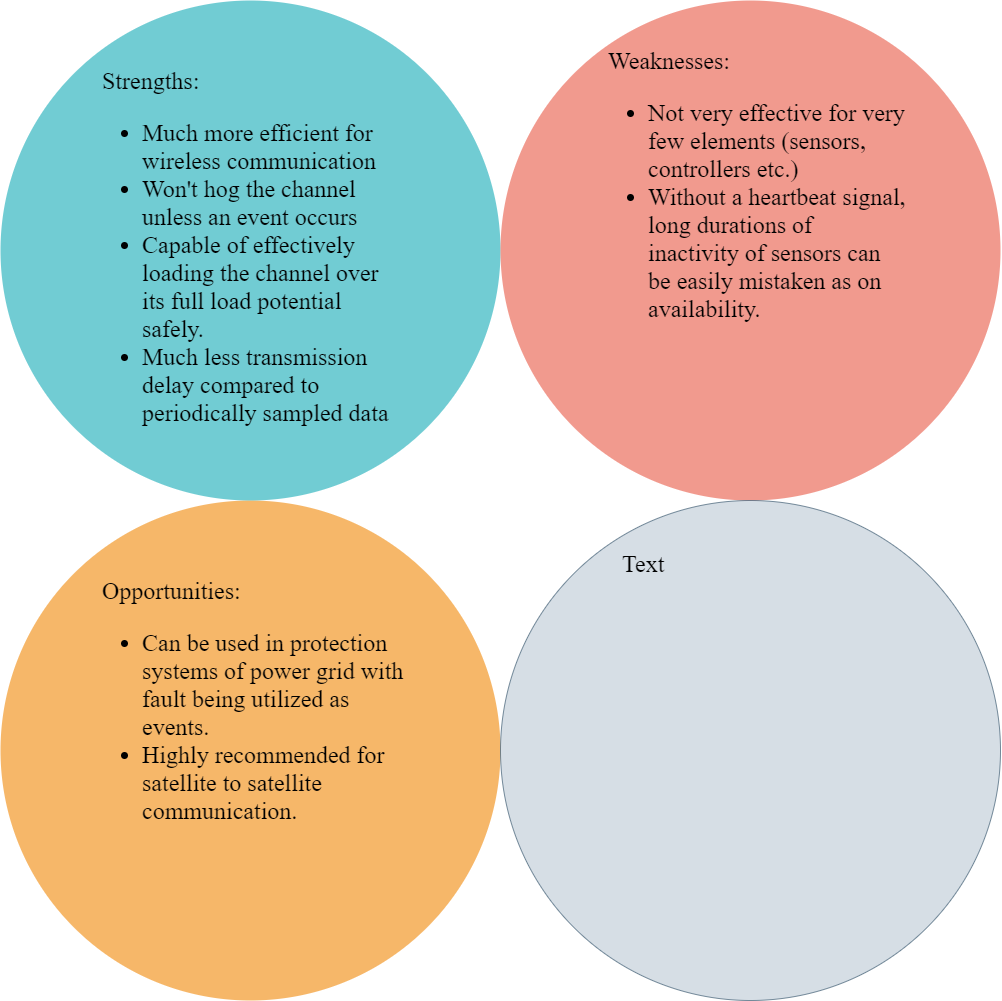
wikwikwok/LTTS_miniproject_SDLC keeps this draw.io diagram as 1_Requirements/Untitled Diagram.png. Above is the earlier version. Source tidied: cells renumbered, new cells last; positions are measured from the earlier drawing's top-left corner, leaving out a move shared by most shapes. The source it was exported from:
```xml
<mxGraphModel>
  <root>
    <mxCell id="0" />
    <mxCell id="1" parent="0" />
    <mxCell id="2" style="ellipse;fillColor=#F08705;opacity=60;strokeColor=none;html=1;fontColor=#FFFFFF;" parent="1" vertex="1">
      <mxGeometry y="500" width="500" height="500" as="geometry" />
    </mxCell>
    <mxCell id="3" style="ellipse;fillColor=#12AAB5;opacity=60;strokeColor=none;html=1;fontColor=#FFFFFF;" parent="1" vertex="1">
      <mxGeometry width="500" height="500" as="geometry" />
    </mxCell>
    <mxCell id="4" style="ellipse;fillColor=#e85642;opacity=60;strokeColor=none;html=1;fontColor=#FFFFFF;" parent="1" vertex="1">
      <mxGeometry x="500" width="500" height="500" as="geometry" />
    </mxCell>
    <mxCell id="5" value="Strengths:&lt;br&gt;&lt;ul&gt;&lt;li&gt;Much more efficient for wireless communication&lt;/li&gt;&lt;li&gt;Won't hog the channel unless an event occurs&lt;/li&gt;&lt;li&gt;Capable of effectively loading the channel over its full load potential safely.&lt;/li&gt;&lt;li&gt;Much less transmission delay compared to periodically sampled data&lt;/li&gt;&lt;/ul&gt;" style="text;fontSize=24;align=left;verticalAlign=top;html=1;fontFamily=Times New Roman;whiteSpace=wrap;" parent="1" vertex="1">
      <mxGeometry x="100" y="60" width="300" height="380" as="geometry" />
    </mxCell>
    <mxCell id="6" value="&lt;font face=&quot;Times New Roman&quot;&gt;Weaknesses:&lt;br&gt;&lt;ul&gt;&lt;li&gt;&lt;font face=&quot;Times New Roman&quot;&gt;Not very effective for very few elements (sensors, controllers etc.)&lt;/font&gt;&lt;/li&gt;&lt;li&gt;&lt;font face=&quot;Times New Roman&quot;&gt;Without a heartbeat signal, long durations of inactivity of sensors can be easily mistaken as on availability.&amp;nbsp;&lt;/font&gt;&lt;/li&gt;&lt;/ul&gt;&lt;/font&gt;" style="text;fontSize=24;align=left;verticalAlign=top;html=1;whiteSpace=wrap;" parent="1" vertex="1">
      <mxGeometry x="606" y="40" width="300" height="400" as="geometry" />
    </mxCell>
    <mxCell id="7" value="Opportunities:&lt;br&gt;&lt;ul&gt;&lt;li&gt;Can be used in protection systems of power grid with fault being utilized as events.&lt;/li&gt;&lt;li&gt;Highly recommended for satellite to satellite communication.&lt;/li&gt;&lt;/ul&gt;" style="text;align=left;html=1;fontSize=24;whiteSpace=wrap;fontFamily=Times New Roman;" parent="1" vertex="1">
      <mxGeometry x="100" y="570" width="320" height="360" as="geometry" />
    </mxCell>
    <mxCell id="8" style="ellipse;fillColor=#bac8d3;opacity=60;strokeColor=#23445d;html=1;" parent="1" vertex="1">
      <mxGeometry x="500" y="500" width="500" height="500" as="geometry" />
    </mxCell>
    <mxCell id="9" value="Text" style="text;html=1;strokeColor=none;fillColor=none;align=left;verticalAlign=top;whiteSpace=wrap;rounded=0;fontFamily=Times New Roman;fontSize=24;fontColor=#000000;" parent="1" vertex="1">
      <mxGeometry x="620" y="543" width="260" height="417" as="geometry" />
    </mxCell>
  </root>
</mxGraphModel>
```
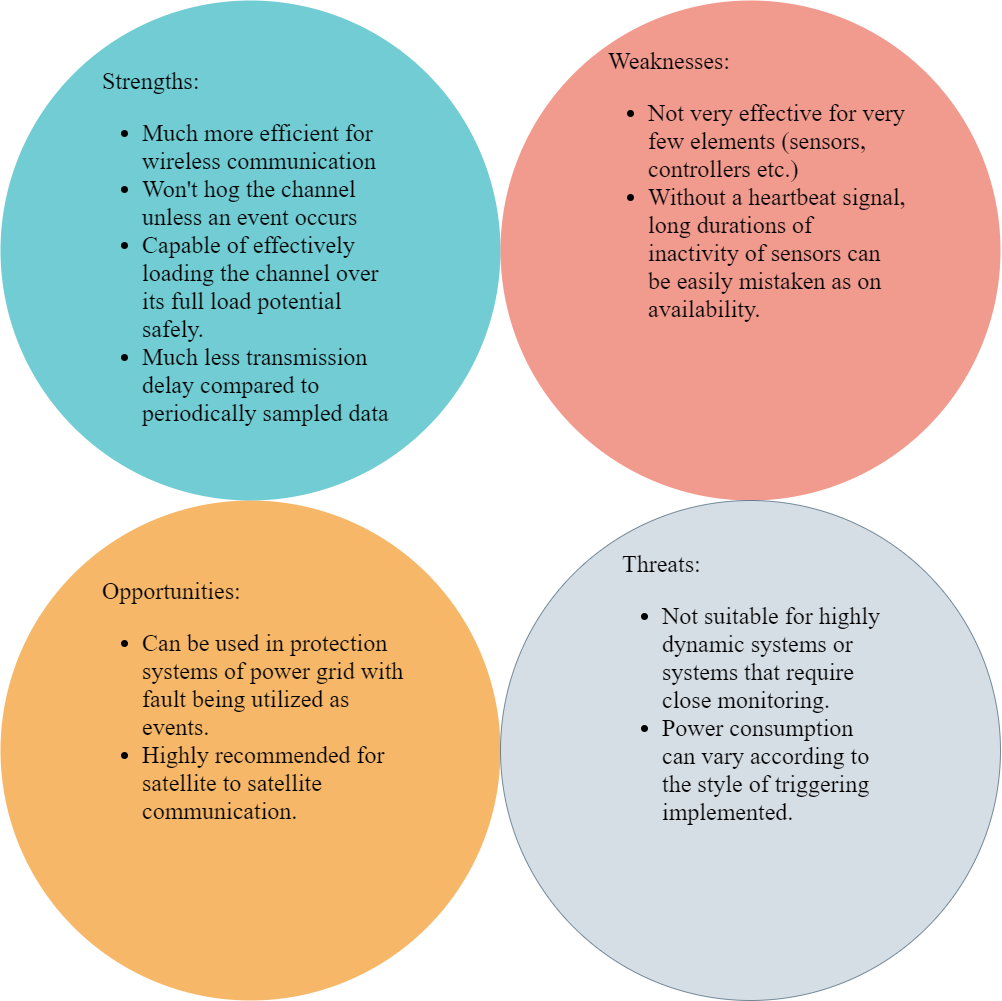
Above is the later version.

What changed in the source:
```diff
@@ -23,7 +23,7 @@
     <mxCell id="8" style="ellipse;fillColor=#bac8d3;opacity=60;strokeColor=#23445d;html=1;" parent="1" vertex="1">
       <mxGeometry x="500" y="500" width="500" height="500" as="geometry" />
     </mxCell>
-    <mxCell id="9" value="Text" style="text;html=1;strokeColor=none;fillColor=none;align=left;verticalAlign=top;whiteSpace=wrap;rounded=0;fontFamily=Times New Roman;fontSize=24;fontColor=#000000;" parent="1" vertex="1">
+    <mxCell id="9" value="Threats:&lt;br&gt;&lt;ul&gt;&lt;li&gt;Not suitable for highly dynamic systems or systems that require close monitoring.&lt;/li&gt;&lt;li&gt;Power consumption can vary according to the style of triggering implemented.&lt;/li&gt;&lt;/ul&gt;" style="text;html=1;strokeColor=none;fillColor=none;align=left;verticalAlign=top;whiteSpace=wrap;rounded=0;fontFamily=Times New Roman;fontSize=24;fontColor=#000000;" parent="1" vertex="1">
       <mxGeometry x="620" y="543" width="260" height="417" as="geometry" />
     </mxCell>
   </root>
```
